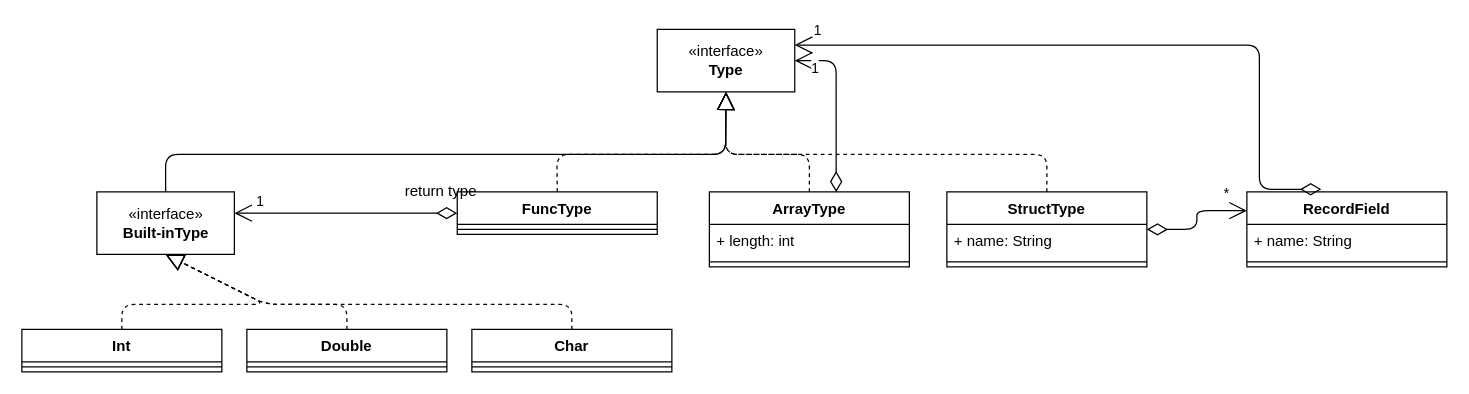
Above: page "Type" (4 of 5) of Lab1/ClassDiagram.drawio in themrcesi/C--Compiler (draw.io), before the change. Source tidied: cells renumbered, new cells numbered last; positions are measured from the earlier drawing's top-left corner, leaving out a move shared by most shapes. Both pictures are drawn from the tidied source at 125%, with x=0, y=0 at pixel (21, 29).
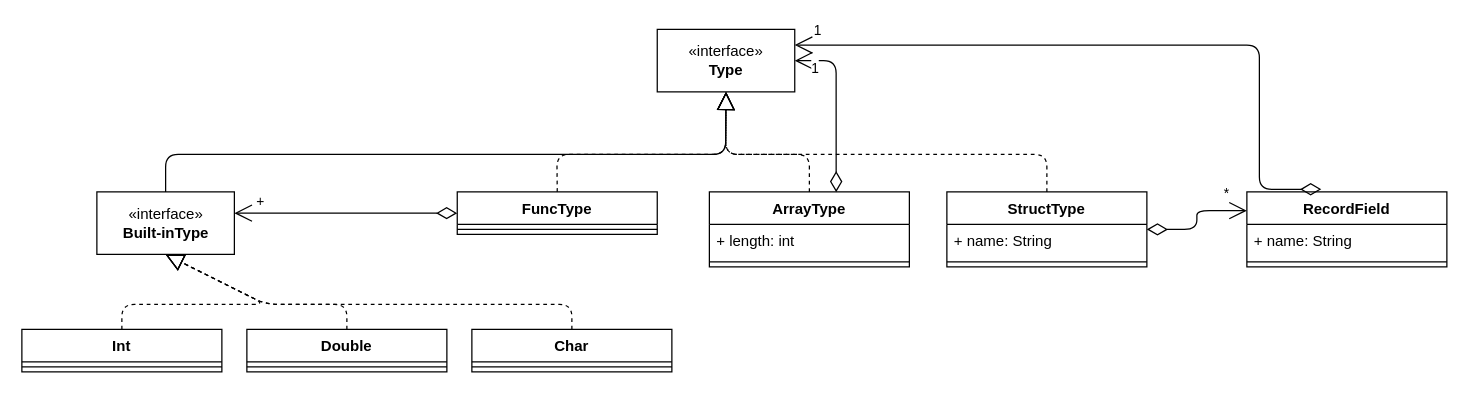
The same diagram, later.

The change refers to these unchanged cells:
```xml
<mxCell id="3" value="«interface»&lt;br&gt;&lt;b&gt;Built-inType&lt;/b&gt;" style="html=1;" parent="1" vertex="1">
  <mxGeometry x="60" y="130" width="110" height="50" as="geometry" />
</mxCell>
<mxCell id="10" value="FuncType" style="swimlane;fontStyle=1;align=center;verticalAlign=top;horizontal=1;startSize=26;" parent="1" vertex="1">
  <mxGeometry x="348.3" y="130" width="160" height="34" as="geometry" />
</mxCell>
```

Change to the diagram source:
```diff
@@
-    <mxCell id="12" value="1" style="endArrow=open;html=1;endSize=12;startArrow=diamondThin;startSize=14;startFill=0;edgeStyle=orthogonalEdgeStyle;align=left;verticalAlign=bottom;strokeWidth=1;" parent="1" edge="1" source="10" target="3">
+    <mxCell id="12" value="+" style="endArrow=open;html=1;endSize=12;startArrow=diamondThin;startSize=14;startFill=0;edgeStyle=orthogonalEdgeStyle;align=left;verticalAlign=bottom;strokeWidth=1;" parent="1" edge="1" source="10" target="3">
       <mxGeometry x="0.82" relative="1" as="geometry">
         <Array as="points">
           <mxPoint x="370" y="142" />
           <mxPoint x="370" y="146" />
         </Array>
       </mxGeometry>
     </mxCell>
@@
-    <mxCell id="15" value="return type" style="text;html=1;align=center;verticalAlign=middle;" parent="1" vertex="1">
-      <mxGeometry x="300" y="120" width="70" height="20" as="geometry" />
-    </mxCell>
```
